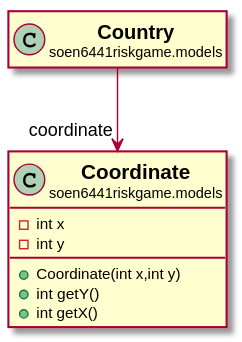
The PlantUML diagram docs/javadocs/soen6441riskgame/models/Coordinate.svg in huntertran/soen6441-riskgame, before a commit. The source it was exported from:
```plantuml
@startuml

skinparam svgLinkTarget _parent
skinparam linetype ortho
set namespaceSeparator none
class "<b><size:14>Coordinate</b>\n<size:10>soen6441riskgame.models" as soen6441riskgame.models.Coordinate  [[../../soen6441riskgame/models/Coordinate.html{soen6441riskgame.models.Coordinate}]] {
-int x
-int y
+Coordinate(int x,int y)
+int getY()
+int getX()
}



class "<b><size:14>Country</b>\n<size:10>soen6441riskgame.models" as soen6441riskgame.models.Country  [[../../soen6441riskgame/models/Country.html{soen6441riskgame.models.Country}]] {
}

hide soen6441riskgame.models.Country fields
hide soen6441riskgame.models.Country methods

soen6441riskgame.models.Country -->  "coordinate" soen6441riskgame.models.Coordinate


@enduml
```
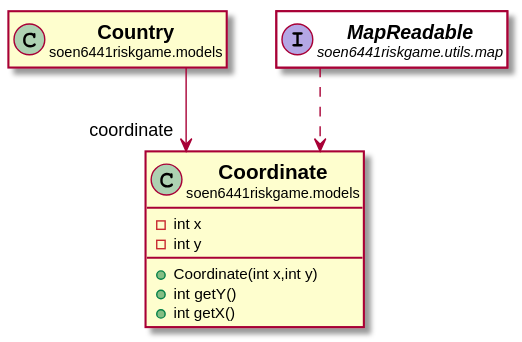
The same diagram one commit later.

Diff of the diagram source:
```diff
@@ -12,7 +12,6 @@
 }
 
 
-
 class "<b><size:14>Country</b>\n<size:10>soen6441riskgame.models" as soen6441riskgame.models.Country  [[../../soen6441riskgame/models/Country.html{soen6441riskgame.models.Country}]] {
 }
 
@@ -21,5 +20,13 @@
 
 soen6441riskgame.models.Country -->  "coordinate" soen6441riskgame.models.Coordinate
 
+interface "<b><size:14>MapReadable</b>\n<size:10>soen6441riskgame.utils.map" as soen6441riskgame.utils.map.MapReadable  [[../../soen6441riskgame/utils/map/MapReadable.html{soen6441riskgame.utils.map.MapReadable}]] #white {
+}
+
+hide soen6441riskgame.utils.map.MapReadable fields
+hide soen6441riskgame.utils.map.MapReadable methods
+
+soen6441riskgame.utils.map.MapReadable ..> soen6441riskgame.models.Coordinate
+
 
 @enduml
```
